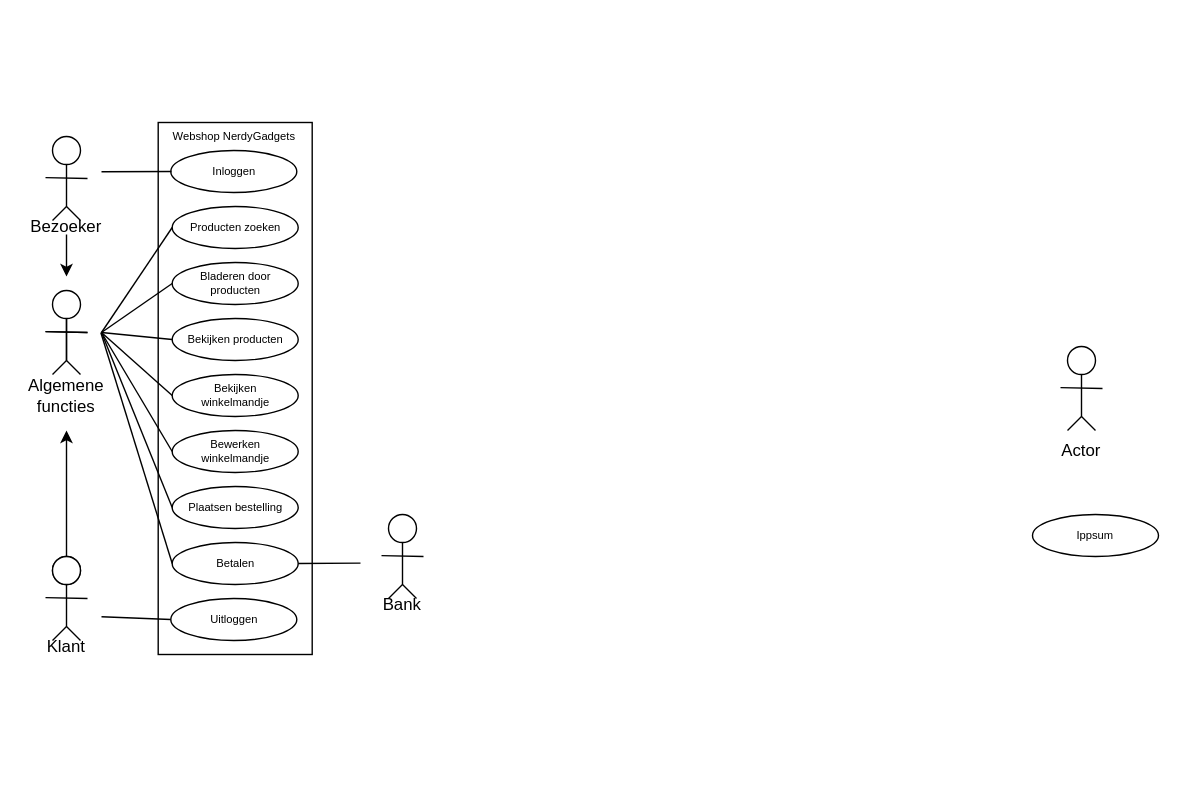
YoungSilent/nerdy_gadgets keeps this draw.io diagram as docs/diagrams/Use case 2.drawio. Above is the earlier version. Source tidied: cells renumbered, new cells numbered last; positions are measured from the earlier drawing's top-left corner, leaving out a move shared by most shapes. Both pictures are drawn from the tidied source at 140%, with x=0, y=0 at pixel (24, 80).
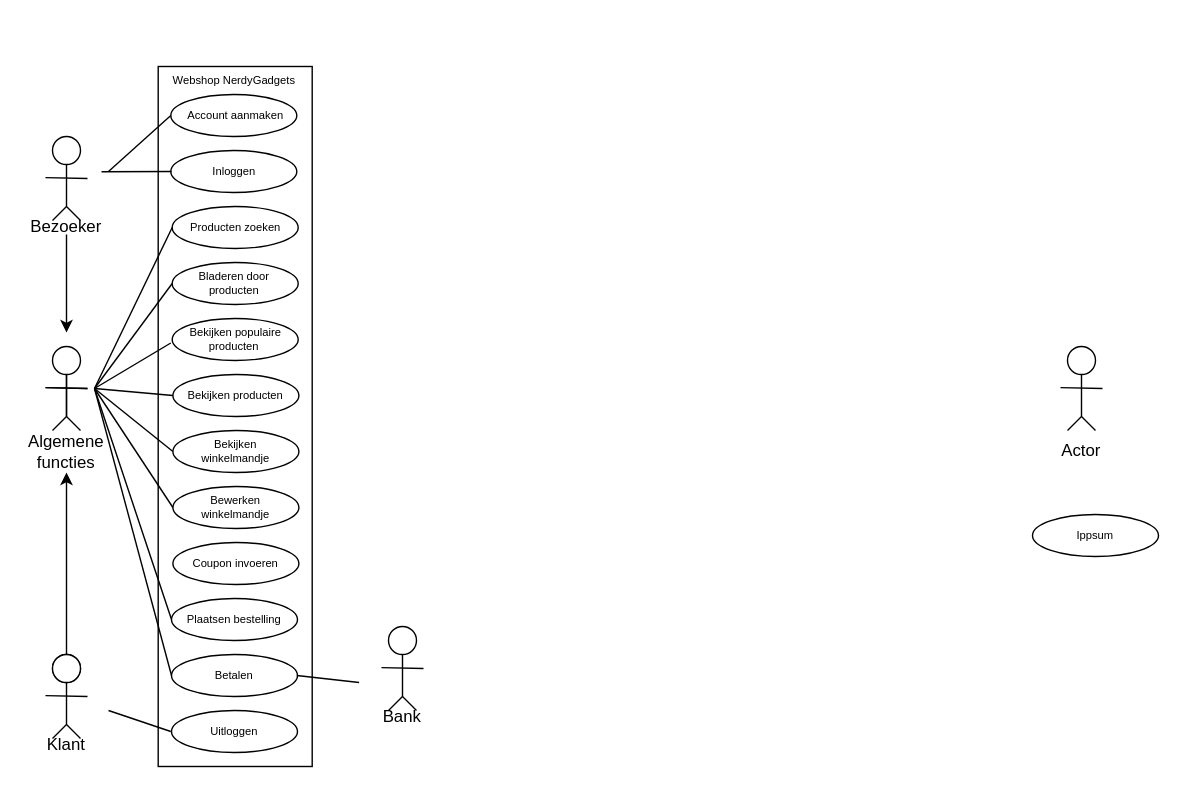
The same diagram, later.

The change refers to these unchanged cells:
```xml
<mxCell id="5" style="ellipse;whiteSpace=wrap;html=1;" parent="1" vertex="1">
  <mxGeometry x="105.5" y="130" width="90" height="30" as="geometry" />
</mxCell>
<mxCell id="12" style="ellipse;whiteSpace=wrap;html=1;" parent="1" vertex="1">
  <mxGeometry x="105.5" y="90" width="90" height="30" as="geometry" />
</mxCell>
```

Change to the diagram source:
```diff
@@
     <mxCell id="2" style="rounded=0;whiteSpace=wrap;html=1;" parent="1" vertex="1">
-      <mxGeometry x="95.5" y="30" width="110" height="380" as="geometry" />
+      <mxGeometry x="95.5" y="-10" width="110" height="500" as="geometry" />
     </mxCell>
+    <mxCell id="65" style="ellipse;whiteSpace=wrap;html=1;" parent="1" vertex="1">
+      <mxGeometry x="105" y="450" width="90" height="30" as="geometry" />
+    </mxCell>
     <mxCell id="3" style="ellipse;whiteSpace=wrap;html=1;" parent="1" vertex="1">
-      <mxGeometry x="105.5" y="290" width="90" height="30" as="geometry" />
+      <mxGeometry x="105" y="370" width="90" height="30" as="geometry" />
     </mxCell>
     <mxCell id="4" style="ellipse;whiteSpace=wrap;html=1;" parent="1" vertex="1">
-      <mxGeometry x="105.5" y="170" width="90" height="30" as="geometry" />
+      <mxGeometry x="106" y="210" width="90" height="30" as="geometry" />
     </mxCell>
@@
     <mxCell id="6" style="endArrow=none;html=1;rounded=0;entryX=0;entryY=0.5;entryDx=0;entryDy=0;" parent="1" edge="1" target="5">
       <mxGeometry relative="1" as="geometry">
-        <mxPoint x="55" y="180" as="sourcePoint" />
+        <mxPoint x="50" y="220" as="sourcePoint" />
       </mxGeometry>
     </mxCell>
     <mxCell id="7" value="Webshop NerdyGadgets" style="text;html=1;strokeColor=none;fillColor=none;align=center;verticalAlign=middle;whiteSpace=wrap;rounded=0;fontSize=8;" parent="1" vertex="1">
-      <mxGeometry x="75" width="150" height="80" as="geometry" />
+      <mxGeometry x="74.5" y="-40" width="150" height="80" as="geometry" />
     </mxCell>
     <mxCell id="8" value="Bekijken producten" style="text;html=1;strokeColor=none;fillColor=none;align=center;verticalAlign=middle;whiteSpace=wrap;rounded=0;fontSize=8;" parent="1" vertex="1">
-      <mxGeometry x="110.5" y="170" width="80" height="30" as="geometry" />
+      <mxGeometry x="111" y="210" width="80" height="30" as="geometry" />
     </mxCell>
     <mxCell id="9" value="Bladeren door producten" style="text;html=1;strokeColor=none;fillColor=none;align=center;verticalAlign=middle;whiteSpace=wrap;rounded=0;fontSize=8;" parent="1" vertex="1">
-      <mxGeometry x="110.5" y="130" width="80" height="30" as="geometry" />
+      <mxGeometry x="109.5" y="130" width="80" height="30" as="geometry" />
     </mxCell>
@@
     <mxCell id="11" style="endArrow=none;html=1;rounded=0;entryX=0;entryY=0.5;entryDx=0;entryDy=0;" parent="1" edge="1" target="4">
       <mxGeometry relative="1" as="geometry">
-        <mxPoint x="55" y="180" as="sourcePoint" />
+        <mxPoint x="50" y="220" as="sourcePoint" />
       </mxGeometry>
     </mxCell>
@@
     <mxCell id="14" style="endArrow=none;html=1;rounded=0;entryX=0;entryY=0.5;entryDx=0;entryDy=0;" parent="1" edge="1" target="12">
       <mxGeometry relative="1" as="geometry">
-        <mxPoint x="55" y="180" as="sourcePoint" />
+        <mxPoint x="50" y="220" as="sourcePoint" />
       </mxGeometry>
     </mxCell>
     <mxCell id="15" style="endArrow=none;html=1;rounded=0;exitX=0;exitY=0.5;exitDx=0;exitDy=0;" parent="1" edge="1" source="16">
       <mxGeometry relative="1" as="geometry">
-        <mxPoint x="55" y="180" as="targetPoint" />
+        <mxPoint x="50" y="220" as="targetPoint" />
       </mxGeometry>
     </mxCell>
     <mxCell id="16" style="ellipse;whiteSpace=wrap;html=1;" parent="1" vertex="1">
-      <mxGeometry x="105.5" y="210" width="90" height="30" as="geometry" />
+      <mxGeometry x="106" y="250" width="90" height="30" as="geometry" />
     </mxCell>
     <mxCell id="17" style="ellipse;whiteSpace=wrap;html=1;" parent="1" vertex="1">
-      <mxGeometry x="105.5" y="250" width="90" height="30" as="geometry" />
+      <mxGeometry x="106" y="290" width="90" height="30" as="geometry" />
     </mxCell>
     <mxCell id="18" style="endArrow=none;html=1;rounded=0;exitX=0;exitY=0.5;exitDx=0;exitDy=0;" parent="1" edge="1" source="17">
       <mxGeometry relative="1" as="geometry">
-        <mxPoint x="55" y="180" as="targetPoint" />
+        <mxPoint x="50" y="220" as="targetPoint" />
       </mxGeometry>
     </mxCell>
     <mxCell id="19" value="Bekijken winkelmandje" style="text;html=1;strokeColor=none;fillColor=none;align=center;verticalAlign=middle;whiteSpace=wrap;rounded=0;fontSize=8;" parent="1" vertex="1">
-      <mxGeometry x="110.5" y="210" width="80" height="30" as="geometry" />
+      <mxGeometry x="111" y="250" width="80" height="30" as="geometry" />
     </mxCell>
     <mxCell id="20" value="Bewerken winkelmandje" style="text;html=1;strokeColor=none;fillColor=none;align=center;verticalAlign=middle;whiteSpace=wrap;rounded=0;fontSize=8;" parent="1" vertex="1">
-      <mxGeometry x="110.5" y="250" width="80" height="30" as="geometry" />
+      <mxGeometry x="111" y="290" width="80" height="30" as="geometry" />
     </mxCell>
     <mxCell id="21" value="Plaatsen bestelling" style="text;html=1;strokeColor=none;fillColor=none;align=center;verticalAlign=middle;whiteSpace=wrap;rounded=0;fontSize=8;" parent="1" vertex="1">
-      <mxGeometry x="110.5" y="290" width="80" height="30" as="geometry" />
+      <mxGeometry x="110" y="370" width="80" height="30" as="geometry" />
     </mxCell>
     <mxCell id="22" style="endArrow=none;html=1;rounded=0;exitX=0;exitY=0.5;exitDx=0;exitDy=0;" parent="1" edge="1" source="3">
       <mxGeometry relative="1" as="geometry">
-        <mxPoint x="55" y="180" as="targetPoint" />
+        <mxPoint x="50" y="220" as="targetPoint" />
       </mxGeometry>
     </mxCell>
     <mxCell id="23" style="endArrow=none;html=1;rounded=0;entryX=0.5;entryY=1;entryDx=0;entryDy=0;" parent="1" edge="1">
       <mxGeometry relative="1" as="geometry">
-        <mxPoint x="30" y="200" as="sourcePoint" />
-        <mxPoint x="30" y="170" as="targetPoint" />
+        <mxPoint x="30" y="240" as="sourcePoint" />
+        <mxPoint x="30" y="210" as="targetPoint" />
         <Array as="points">
-          <mxPoint x="30" y="190" />
+          <mxPoint x="30" y="230" />
         </Array>
       </mxGeometry>
     </mxCell>
     <mxCell id="24" style="endArrow=none;html=1;rounded=0;" parent="1" edge="1">
       <mxGeometry relative="1" as="geometry">
-        <mxPoint x="15" y="179.4" as="sourcePoint" />
-        <mxPoint x="45" y="180" as="targetPoint" />
+        <mxPoint x="15" y="219.4" as="sourcePoint" />
+        <mxPoint x="45" y="220" as="targetPoint" />
       </mxGeometry>
     </mxCell>
     <mxCell id="25" style="ellipse;whiteSpace=wrap;html=1;" parent="1" vertex="1">
-      <mxGeometry x="105.5" y="330" width="90" height="30" as="geometry" />
+      <mxGeometry x="105" y="410" width="90" height="30" as="geometry" />
     </mxCell>
     <mxCell id="26" value="Betalen" style="text;html=1;strokeColor=none;fillColor=none;align=center;verticalAlign=middle;whiteSpace=wrap;rounded=0;fontSize=8;" parent="1" vertex="1">
-      <mxGeometry x="110.5" y="330" width="80" height="30" as="geometry" />
+      <mxGeometry x="110" y="410" width="80" height="30" as="geometry" />
     </mxCell>
@@
     <mxCell id="29" style="edgeStyle=orthogonalEdgeStyle;rounded=0;orthogonalLoop=1;jettySize=auto;html=1;" parent="1" edge="1">
       <mxGeometry relative="1" as="geometry">
         <mxPoint x="30" y="110" as="sourcePoint" />
-        <mxPoint x="30" y="140" as="targetPoint" />
+        <mxPoint x="30" y="180" as="targetPoint" />
       </mxGeometry>
     </mxCell>
@@
     <mxCell id="34" style="edgeStyle=orthogonalEdgeStyle;rounded=0;jettySize=auto;html=1;" parent="1" edge="1" source="35">
       <mxGeometry relative="1" as="geometry">
-        <mxPoint x="30" y="250" as="targetPoint" />
+        <mxPoint x="30" y="280" as="targetPoint" />
       </mxGeometry>
     </mxCell>
     <mxCell id="35" style="ellipse;whiteSpace=wrap;html=1;" parent="1" vertex="1">
-      <mxGeometry x="20" y="340" width="20" height="20" as="geometry" />
+      <mxGeometry x="20" y="410" width="20" height="20" as="geometry" />
     </mxCell>
@@
     <mxCell id="40" style="endArrow=none;html=1;rounded=0;exitX=0;exitY=0.5;exitDx=0;exitDy=0;" parent="1" edge="1" source="25">
       <mxGeometry relative="1" as="geometry">
-        <mxPoint x="54.5" y="180" as="targetPoint" />
+        <mxPoint x="50" y="220" as="targetPoint" />
       </mxGeometry>
     </mxCell>
     <mxCell id="41" style="ellipse;whiteSpace=wrap;html=1;" parent="1" vertex="1">
-      <mxGeometry x="104.5" y="370" width="90" height="30" as="geometry" />
+      <mxGeometry x="106" y="330" width="90" height="30" as="geometry" />
     </mxCell>
     <mxCell id="42" value="Uitloggen" style="text;html=1;strokeColor=none;fillColor=none;align=center;verticalAlign=middle;whiteSpace=wrap;rounded=0;fontSize=8;" parent="1" vertex="1">
-      <mxGeometry x="109.5" y="370" width="80" height="30" as="geometry" />
+      <mxGeometry x="110" y="450" width="80" height="30" as="geometry" />
     </mxCell>
-    <mxCell id="43" style="endArrow=none;html=1;rounded=0;entryX=0;entryY=0.5;entryDx=0;entryDy=0;" parent="1" edge="1" target="41">
-      <mxGeometry relative="1" as="geometry">
-        <mxPoint x="55" y="383" as="sourcePoint" />
-      </mxGeometry>
-    </mxCell>
@@
     <mxCell id="48" value="Bank" style="text;html=1;strokeColor=none;fillColor=none;align=center;verticalAlign=middle;whiteSpace=wrap;rounded=0;" parent="1" vertex="1">
-      <mxGeometry x="240" y="360" width="60" height="30" as="geometry" />
+      <mxGeometry x="240" y="440" width="60" height="30" as="geometry" />
     </mxCell>
     <mxCell id="49" style="ellipse;whiteSpace=wrap;html=1;" parent="1" vertex="1">
-      <mxGeometry x="260" y="310" width="20" height="20" as="geometry" />
+      <mxGeometry x="260" y="390" width="20" height="20" as="geometry" />
     </mxCell>
     <mxCell id="50" style="endArrow=none;html=1;rounded=0;entryX=0.5;entryY=1;entryDx=0;entryDy=0;" parent="1" edge="1" target="49">
       <mxGeometry relative="1" as="geometry">
-        <mxPoint x="270" y="360" as="sourcePoint" />
+        <mxPoint x="270" y="440" as="sourcePoint" />
         <Array as="points">
-          <mxPoint x="270" y="350" />
+          <mxPoint x="270" y="430" />
         </Array>
       </mxGeometry>
     </mxCell>
     <mxCell id="51" style="endArrow=none;html=1;rounded=0;" parent="1" edge="1">
       <mxGeometry relative="1" as="geometry">
-        <mxPoint x="255" y="339.4" as="sourcePoint" />
-        <mxPoint x="285" y="340" as="targetPoint" />
+        <mxPoint x="255" y="419.4" as="sourcePoint" />
+        <mxPoint x="285" y="420" as="targetPoint" />
       </mxGeometry>
     </mxCell>
     <mxCell id="52" style="endArrow=none;html=1;rounded=0;" parent="1" edge="1">
       <mxGeometry relative="1" as="geometry">
-        <mxPoint x="260" y="370" as="sourcePoint" />
-        <mxPoint x="280" y="370" as="targetPoint" />
+        <mxPoint x="260" y="450" as="sourcePoint" />
+        <mxPoint x="280" y="450" as="targetPoint" />
         <Array as="points">
-          <mxPoint x="270" y="360" />
+          <mxPoint x="270" y="440" />
         </Array>
       </mxGeometry>
     </mxCell>
     <mxCell id="53" value="Klant" style="text;html=1;strokeColor=none;fillColor=none;align=center;verticalAlign=middle;whiteSpace=wrap;rounded=0;" parent="1" vertex="1">
-      <mxGeometry y="390" width="60" height="30" as="geometry" />
+      <mxGeometry y="460" width="60" height="30" as="geometry" />
     </mxCell>
     <mxCell id="54" style="ellipse;whiteSpace=wrap;html=1;" parent="1" vertex="1">
-      <mxGeometry x="20" y="340" width="20" height="20" as="geometry" />
+      <mxGeometry x="20" y="410" width="20" height="20" as="geometry" />
     </mxCell>
     <mxCell id="55" style="endArrow=none;html=1;rounded=0;entryX=0.5;entryY=1;entryDx=0;entryDy=0;" parent="1" edge="1" target="54">
       <mxGeometry relative="1" as="geometry">
-        <mxPoint x="30" y="390" as="sourcePoint" />
+        <mxPoint x="30" y="460" as="sourcePoint" />
         <Array as="points">
-          <mxPoint x="30" y="380" />
+          <mxPoint x="30" y="450" />
         </Array>
       </mxGeometry>
     </mxCell>
     <mxCell id="56" style="endArrow=none;html=1;rounded=0;" parent="1" edge="1">
       <mxGeometry relative="1" as="geometry">
-        <mxPoint x="15" y="369.4" as="sourcePoint" />
-        <mxPoint x="45" y="370" as="targetPoint" />
+        <mxPoint x="15" y="439.4" as="sourcePoint" />
+        <mxPoint x="45" y="440" as="targetPoint" />
       </mxGeometry>
     </mxCell>
     <mxCell id="57" style="endArrow=none;html=1;rounded=0;" parent="1" edge="1">
       <mxGeometry relative="1" as="geometry">
-        <mxPoint x="20" y="400" as="sourcePoint" />
-        <mxPoint x="40" y="400" as="targetPoint" />
+        <mxPoint x="20" y="470" as="sourcePoint" />
+        <mxPoint x="40" y="470" as="targetPoint" />
         <Array as="points">
-          <mxPoint x="30" y="390" />
+          <mxPoint x="30" y="460" />
         </Array>
       </mxGeometry>
     </mxCell>
-    <mxCell id="58" style="endArrow=none;html=1;rounded=0;" parent="1" edge="1" target="59">
-      <mxGeometry relative="1" as="geometry">
-        <mxPoint x="20" y="210" as="sourcePoint" />
-      </mxGeometry>
-    </mxCell>
     <mxCell id="59" value="Algemene functies" style="text;html=1;strokeColor=none;fillColor=none;align=center;verticalAlign=middle;whiteSpace=wrap;rounded=0;" parent="1" vertex="1">
-      <mxGeometry y="210" width="60" height="30" as="geometry" />
+      <mxGeometry y="250" width="60" height="30" as="geometry" />
     </mxCell>
     <mxCell id="60" style="ellipse;whiteSpace=wrap;html=1;" parent="1" vertex="1">
-      <mxGeometry x="20" y="150" width="20" height="20" as="geometry" />
+      <mxGeometry x="20" y="190" width="20" height="20" as="geometry" />
     </mxCell>
     <mxCell id="61" style="endArrow=none;html=1;rounded=0;entryX=0.5;entryY=1;entryDx=0;entryDy=0;" parent="1" edge="1" target="60">
       <mxGeometry relative="1" as="geometry">
-        <mxPoint x="30" y="200" as="sourcePoint" />
+        <mxPoint x="30" y="240" as="sourcePoint" />
         <Array as="points">
-          <mxPoint x="30" y="190" />
+          <mxPoint x="30" y="230" />
         </Array>
       </mxGeometry>
     </mxCell>
     <mxCell id="62" style="endArrow=none;html=1;rounded=0;" parent="1" edge="1">
       <mxGeometry relative="1" as="geometry">
-        <mxPoint x="15" y="179.4" as="sourcePoint" />
-        <mxPoint x="45" y="180" as="targetPoint" />
+        <mxPoint x="15" y="219.4" as="sourcePoint" />
+        <mxPoint x="45" y="220" as="targetPoint" />
       </mxGeometry>
     </mxCell>
     <mxCell id="63" style="endArrow=none;html=1;rounded=0;" parent="1" edge="1">
       <mxGeometry relative="1" as="geometry">
-        <mxPoint x="20" y="210" as="sourcePoint" />
-        <mxPoint x="40" y="210" as="targetPoint" />
+        <mxPoint x="20" y="250" as="sourcePoint" />
+        <mxPoint x="40" y="250" as="targetPoint" />
         <Array as="points">
-          <mxPoint x="30" y="200" />
+          <mxPoint x="30" y="240" />
         </Array>
       </mxGeometry>
     </mxCell>
-    <mxCell id="64" style="endArrow=none;html=1;rounded=0;exitX=1;exitY=0.5;exitDx=0;exitDy=0;" parent="1" edge="1" source="25">
-      <mxGeometry relative="1" as="geometry">
-        <mxPoint x="240" y="345" as="targetPoint" />
-        <Array as="points">
-          <mxPoint x="240" y="344.7" />
-        </Array>
-      </mxGeometry>
-    </mxCell>
+    <mxCell id="66" style="ellipse;whiteSpace=wrap;html=1;" parent="1" vertex="1">
+      <mxGeometry x="104.5" y="10" width="90" height="30" as="geometry" />
+    </mxCell>
+    <mxCell id="67" value="Account aanmaken" style="text;html=1;strokeColor=none;fillColor=none;align=center;verticalAlign=middle;whiteSpace=wrap;rounded=0;fontSize=8;" parent="1" vertex="1">
+      <mxGeometry x="110.5" y="10" width="80" height="30" as="geometry" />
+    </mxCell>
+    <mxCell id="68" style="endArrow=none;html=1;rounded=0;entryX=0;entryY=0.5;entryDx=0;entryDy=0;" parent="1" edge="1" target="66">
+      <mxGeometry relative="1" as="geometry">
+        <mxPoint x="60" y="65" as="sourcePoint" />
+      </mxGeometry>
+    </mxCell>
+    <mxCell id="69" value="Coupon invoeren" style="text;html=1;strokeColor=none;fillColor=none;align=center;verticalAlign=middle;whiteSpace=wrap;rounded=0;fontSize=8;" parent="1" vertex="1">
+      <mxGeometry x="111" y="335" width="80" height="20" as="geometry" />
+    </mxCell>
+    <mxCell id="70" style="ellipse;whiteSpace=wrap;html=1;" parent="1" vertex="1">
+      <mxGeometry x="105.5" y="170" width="90" height="30" as="geometry" />
+    </mxCell>
+    <mxCell id="71" value="Bekijken populaire producten&amp;nbsp;" style="text;html=1;strokeColor=none;fillColor=none;align=center;verticalAlign=middle;whiteSpace=wrap;rounded=0;fontSize=8;" parent="1" vertex="1">
+      <mxGeometry x="110.5" y="170" width="80" height="30" as="geometry" />
+    </mxCell>
+    <mxCell id="72" style="endArrow=none;html=1;rounded=0;exitX=0;exitY=0.5;exitDx=0;exitDy=0;" parent="1" edge="1">
+      <mxGeometry relative="1" as="geometry">
+        <mxPoint x="104.5" y="465" as="sourcePoint" />
+        <mxPoint x="60" y="450" as="targetPoint" />
+      </mxGeometry>
+    </mxCell>
+    <mxCell id="73" style="endArrow=none;html=1;rounded=0;entryX=0;entryY=0.5;entryDx=0;entryDy=0;" parent="1" edge="1">
+      <mxGeometry relative="1" as="geometry">
+        <mxPoint x="50" y="220" as="sourcePoint" />
+        <mxPoint x="104.5" y="187.5" as="targetPoint" />
+      </mxGeometry>
+    </mxCell>
+    <mxCell id="74" style="endArrow=none;html=1;rounded=0;" parent="1" edge="1">
+      <mxGeometry relative="1" as="geometry">
+        <mxPoint x="239" y="430" as="sourcePoint" />
+        <mxPoint x="194.5" y="425" as="targetPoint" />
+      </mxGeometry>
+    </mxCell>
```
